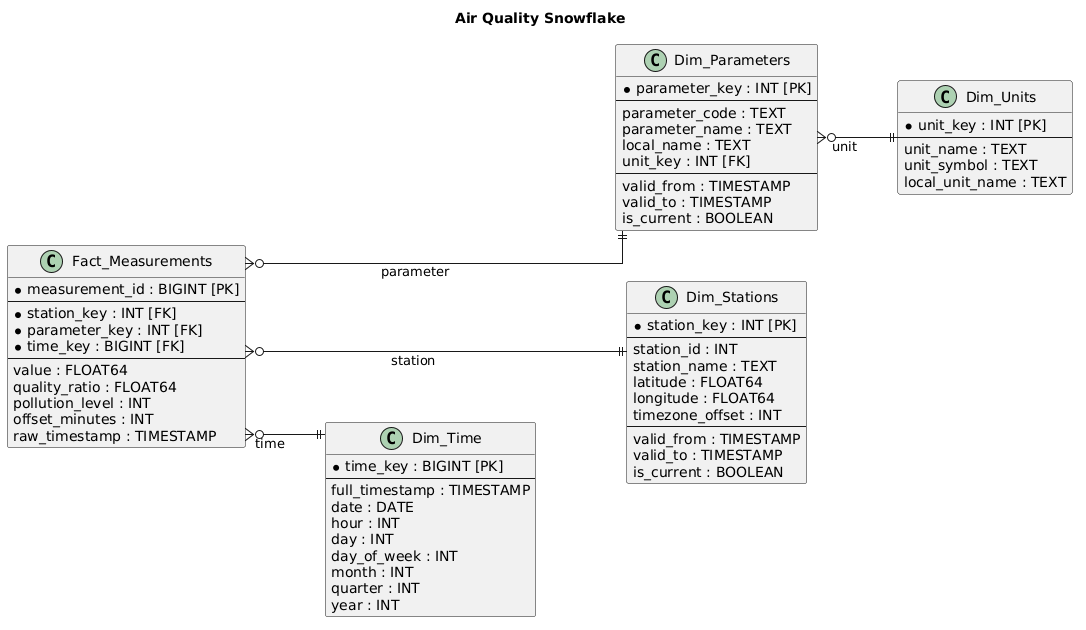
Before: uml/schema.png, a diagram exported from PlantUML (gigsoll/air_data_prep).
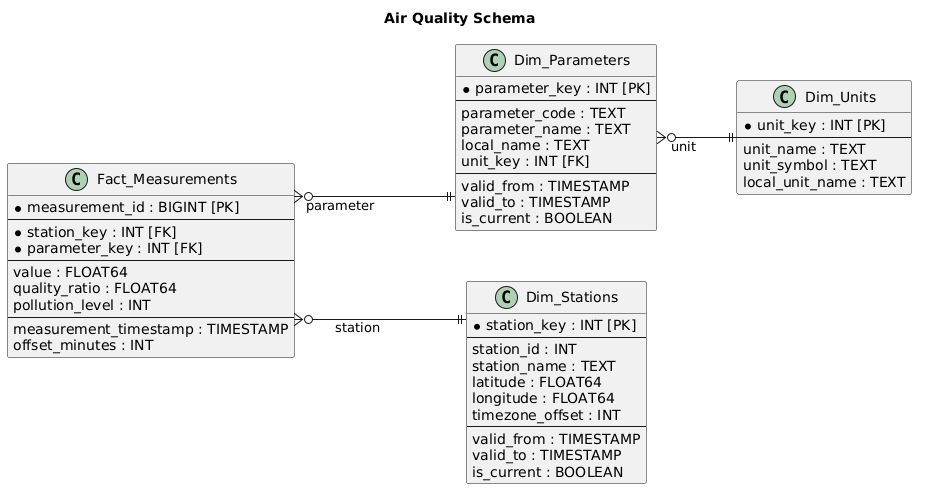
After the change.

Change to the diagram source:
```diff
@@ -4,21 +4,20 @@
 skinparam ranksep 80
 skinparam nodesep 50
 
-
-title Air Quality Snowflake
+title Air Quality Schema
 
 class "Fact_Measurements" as fact {
     * measurement_id : BIGINT [PK]
     --
     * station_key : INT [FK]
     * parameter_key : INT [FK]
-    * time_key : BIGINT [FK]
     --
     value : FLOAT64
     quality_ratio : FLOAT64
     pollution_level : INT
+    --
+    measurement_timestamp : TIMESTAMP
     offset_minutes : INT
-    raw_timestamp : TIMESTAMP
 }
 
 class "Dim_Stations" as dim_station {
@@ -57,23 +56,9 @@
     local_unit_name : TEXT
 }
 
-class "Dim_Time" as dim_time {
-    * time_key : BIGINT [PK]
-    --
-    full_timestamp : TIMESTAMP
-    date : DATE
-    hour : INT
-    day : INT
-    day_of_week : INT
-    month : INT
-    quarter : INT
-    year : INT
-}
-
 dim_station -[hidden]left-> dim_param
 fact }o---|| dim_station : "station"
 fact }o---|| dim_param : "parameter"
-fact }o--|| dim_time : "time"
 
 dim_param }o--|| dim_unit : "unit"
 @enduml
```
